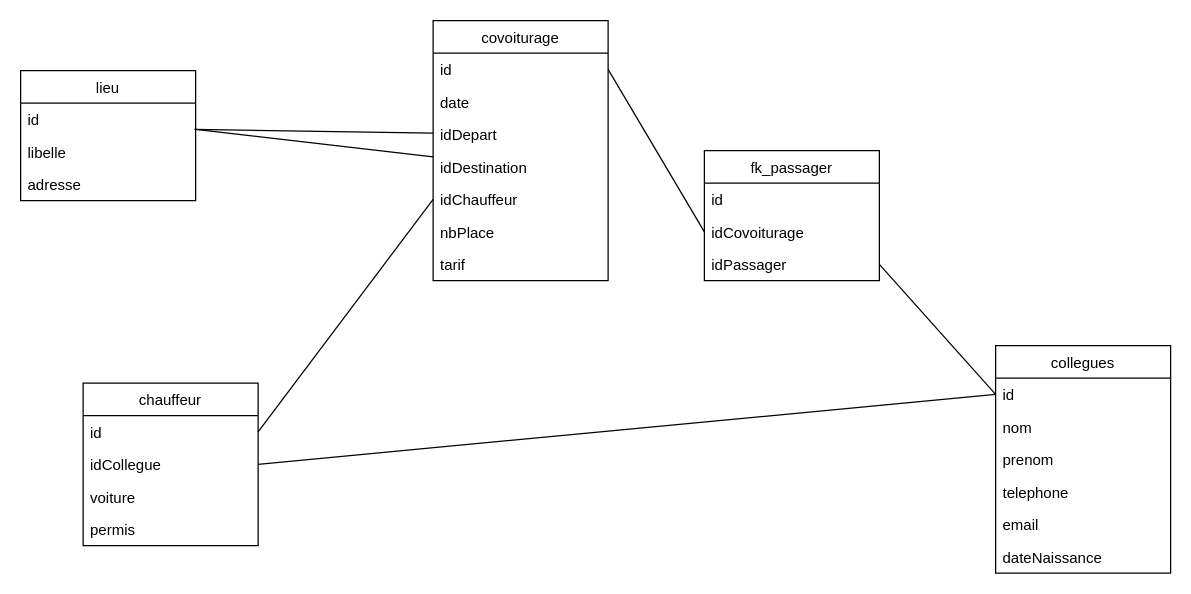
Above: Untitled Diagram.drawio in atelier-diginamic/gdt-back (draw.io), before the change. Source tidied: cells renumbered, new cells numbered last; positions are measured from the earlier drawing's top-left corner, leaving out a move shared by most shapes. Both pictures are drawn from the tidied source at 125%, with x=0, y=0 at pixel (20, 20).
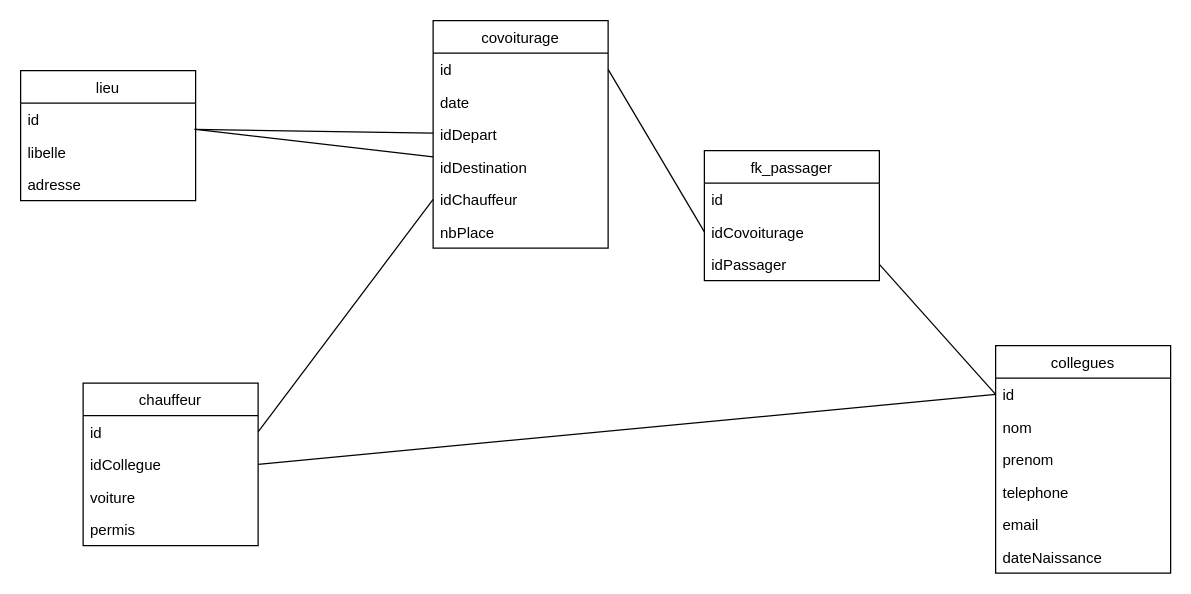
Above is the later version.

Diff of the diagram source:
```diff
@@
     <mxCell id="6" value="covoiturage" style="swimlane;fontStyle=0;horizontal=1;startSize=26;fillColor=none;" parent="1" vertex="1">
-      <mxGeometry x="330" width="140" height="208" as="geometry" />
+      <mxGeometry x="330" width="140" height="182" as="geometry" />
     </mxCell>
@@
-    <mxCell id="13" value="tarif&#10;" style="text;strokeColor=none;fillColor=none;align=left;verticalAlign=top;spacingLeft=4;spacingRight=4;overflow=hidden;" parent="6" vertex="1">
-      <mxGeometry y="182" width="140" height="26" as="geometry" />
-    </mxCell>
```
